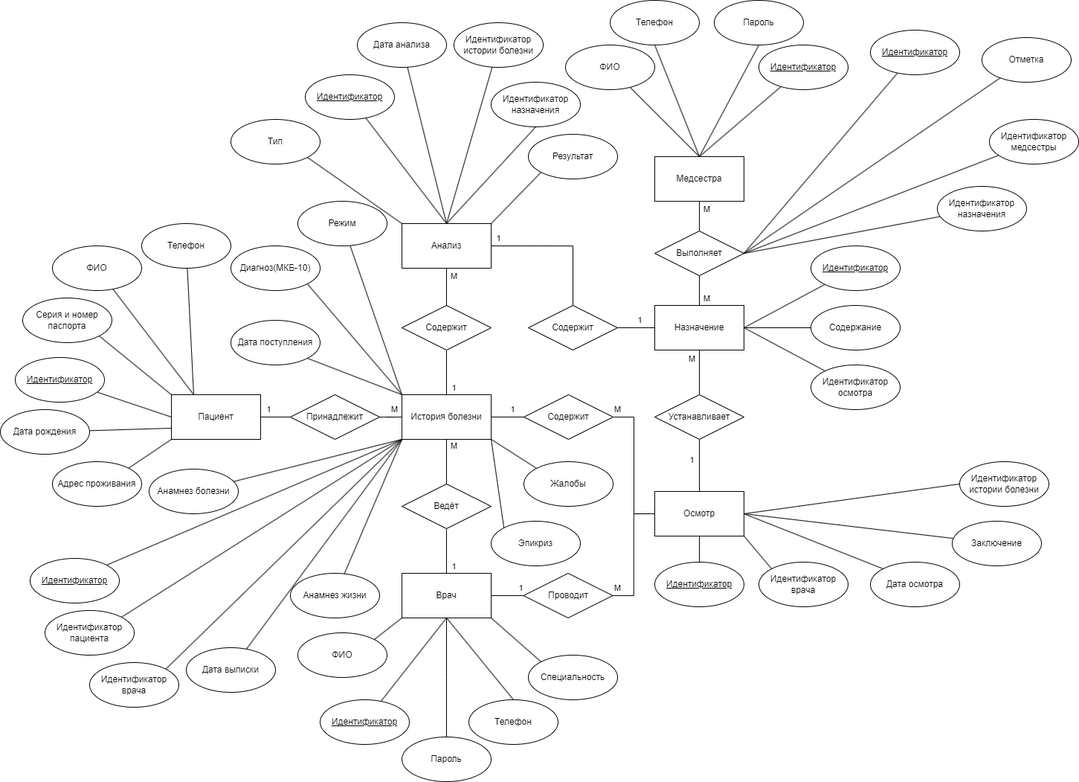
This is bd/kursovaya/ER.png from Mutabona/5Semestr, a draw.io export, as it was before one commit. Source tidied: cells renumbered, new cells last; positions are measured from the earlier drawing's top-left corner, leaving out a move shared by most shapes.
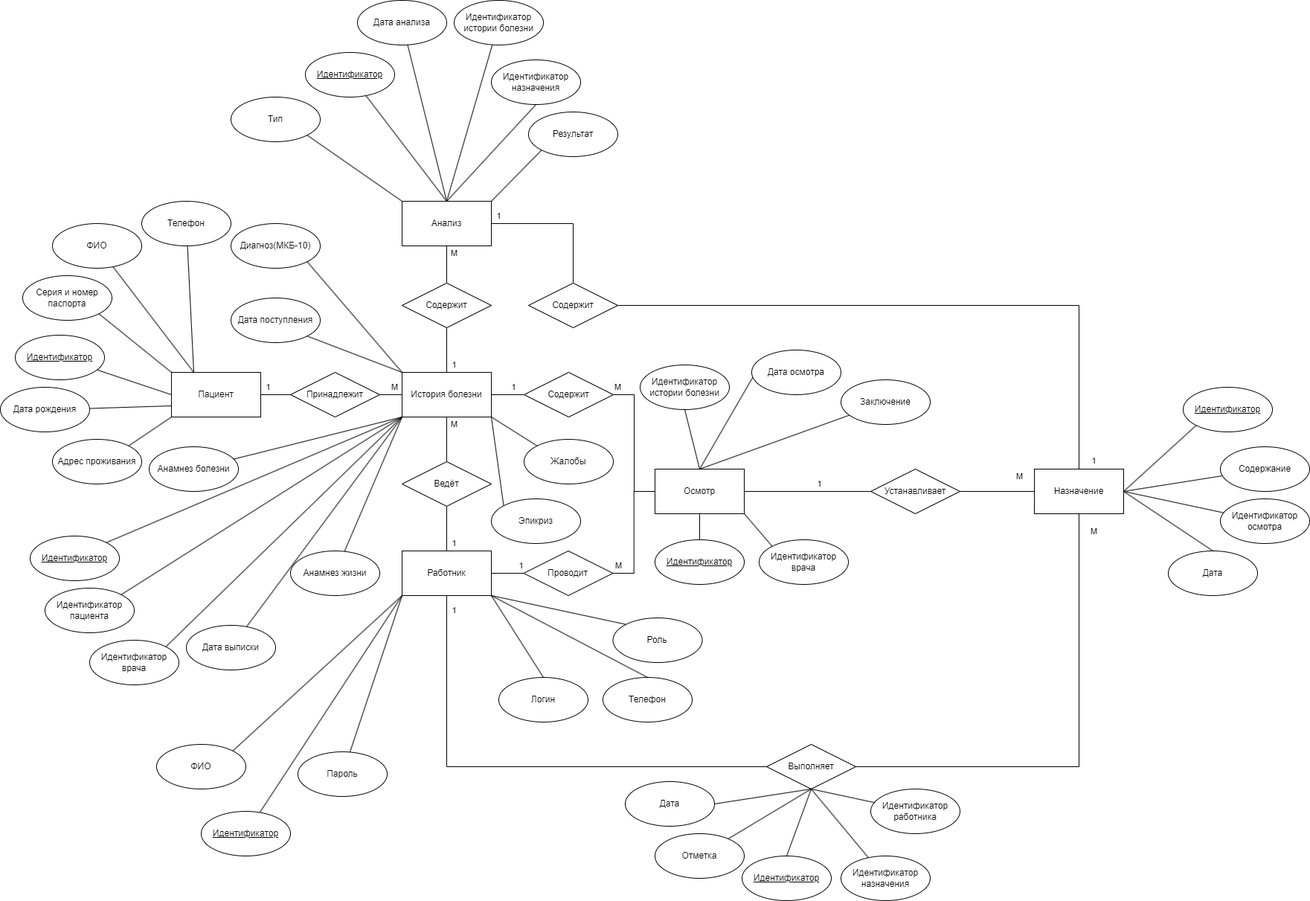
Above is the later version.

Change to the diagram source:
```diff
@@ -16,3 +16,3 @@
     </mxCell>
-    <mxCell id="6" value="1" style="edgeStyle=orthogonalEdgeStyle;rounded=0;jettySize=auto;html=1;entryX=0.5;entryY=1;entryDx=0;entryDy=0;endArrow=none;endFill=0;" parent="1" edge="1" source="7" target="28">
+    <mxCell id="6" value="1" style="edgeStyle=orthogonalEdgeStyle;rounded=0;jettySize=auto;html=1;entryX=0;entryY=0.5;entryDx=0;entryDy=0;endArrow=none;endFill=0;" parent="1" edge="1" source="7" target="28">
       <mxGeometry x="0.2" y="10" relative="1" as="geometry" />
@@ -22,7 +22,7 @@
     </mxCell>
-    <mxCell id="8" value="1" style="edgeStyle=orthogonalEdgeStyle;rounded=0;jettySize=auto;html=1;entryX=1;entryY=0.5;entryDx=0;entryDy=0;endArrow=none;endFill=0;" parent="1" edge="1" source="9" target="32">
-      <mxGeometry x="-0.2" y="-10" relative="1" as="geometry" />
-    </mxCell>
+    <mxCell id="121" style="rounded=0;jettySize=auto;html=1;exitX=1;exitY=0.5;exitDx=0;exitDy=0;entryX=0.5;entryY=0;entryDx=0;entryDy=0;endArrow=none;endFill=0;" parent="1" edge="1" source="9" target="127">
+      <mxGeometry relative="1" as="geometry" />
+    </mxCell>
     <mxCell id="9" value="Назначение" style="rounded=0;whiteSpace=wrap;html=1;" parent="1" vertex="1">
-      <mxGeometry x="880" y="410" width="120" height="60" as="geometry" />
+      <mxGeometry x="1390" y="660" width="120" height="60" as="geometry" />
     </mxCell>
@@ -34,8 +34,5 @@
     </mxCell>
-    <mxCell id="12" value="М" style="edgeStyle=orthogonalEdgeStyle;rounded=0;jettySize=auto;html=1;entryX=0.5;entryY=0;entryDx=0;entryDy=0;endArrow=none;endFill=0;" parent="1" edge="1" source="13" target="22">
-      <mxGeometry x="-0.5" y="10" relative="1" as="geometry" />
+    <mxCell id="12" value="1" style="edgeStyle=orthogonalEdgeStyle;rounded=0;jettySize=auto;html=1;entryX=0;entryY=0.5;entryDx=0;entryDy=0;endArrow=none;endFill=0;exitX=0.5;exitY=1;exitDx=0;exitDy=0;" parent="1" edge="1" source="16" target="22">
+      <mxGeometry x="-0.94" y="10" relative="1" as="geometry" />
     </mxCell>
-    <mxCell id="13" value="Медсестра" style="rounded=0;whiteSpace=wrap;html=1;" parent="1" vertex="1">
-      <mxGeometry x="880" y="210" width="120" height="60" as="geometry" />
-    </mxCell>
     <mxCell id="14" value="1" style="edgeStyle=orthogonalEdgeStyle;rounded=0;jettySize=auto;html=1;entryX=0.5;entryY=1;entryDx=0;entryDy=0;endArrow=none;endFill=0;" parent="1" edge="1" source="16" target="18">
@@ -46,3 +43,6 @@
     </mxCell>
+    <mxCell id="122" style="rounded=0;jettySize=auto;html=1;exitX=1;exitY=1;exitDx=0;exitDy=0;entryX=0.5;entryY=0;entryDx=0;entryDy=0;endArrow=none;endFill=0;" parent="1" edge="1" source="16" target="124">
+      <mxGeometry relative="1" as="geometry" />
+    </mxCell>
-    <mxCell id="16" value="Врач" style="rounded=0;whiteSpace=wrap;html=1;" parent="1" vertex="1">
+    <mxCell id="16" value="Работник" style="rounded=0;whiteSpace=wrap;html=1;" parent="1" vertex="1">
       <mxGeometry x="540" y="770" width="120" height="60" as="geometry" />
@@ -61,7 +61,10 @@
     </mxCell>
-    <mxCell id="21" value="М" style="edgeStyle=orthogonalEdgeStyle;rounded=0;jettySize=auto;html=1;entryX=0.5;entryY=0;entryDx=0;entryDy=0;endArrow=none;endFill=0;" parent="1" edge="1" source="22" target="9">
-      <mxGeometry x="0.5" y="10" relative="1" as="geometry" />
-    </mxCell>
+    <mxCell id="123" style="rounded=0;jettySize=auto;html=1;exitX=0.5;exitY=1;exitDx=0;exitDy=0;entryX=0.5;entryY=0;entryDx=0;entryDy=0;endArrow=none;endFill=0;" parent="1" edge="1" source="22" target="86">
+      <mxGeometry relative="1" as="geometry" />
+    </mxCell>
+    <mxCell id="27" value="М" style="edgeStyle=orthogonalEdgeStyle;rounded=0;jettySize=auto;html=1;entryX=0.5;entryY=1;entryDx=0;entryDy=0;endArrow=none;endFill=0;" parent="1" edge="1" source="22" target="9">
+      <mxGeometry x="0.93" y="-20" relative="1" as="geometry" />
+    </mxCell>
     <mxCell id="22" value="Выполняет" style="rhombus;whiteSpace=wrap;html=1;" parent="1" vertex="1">
-      <mxGeometry x="880" y="310" width="120" height="60" as="geometry" />
+      <mxGeometry x="1030" y="1030" width="120" height="60" as="geometry" />
     </mxCell>
@@ -79,12 +82,7 @@
     </mxCell>
-    <mxCell id="27" value="М" style="edgeStyle=orthogonalEdgeStyle;rounded=0;jettySize=auto;html=1;entryX=0.5;entryY=1;entryDx=0;entryDy=0;endArrow=none;endFill=0;" parent="1" edge="1" source="28" target="9">
-      <mxGeometry x="0.6" y="10" relative="1" as="geometry">
-        <Array as="points">
-          <mxPoint x="940" y="490" />
-          <mxPoint x="940" y="490" />
-        </Array>
-      </mxGeometry>
-    </mxCell>
+    <mxCell id="21" value="М" style="rounded=0;jettySize=auto;html=1;entryX=0;entryY=0.5;entryDx=0;entryDy=0;endArrow=none;endFill=0;" parent="1" edge="1" source="28" target="9">
+      <mxGeometry x="0.6" y="20" relative="1" as="geometry" />
+    </mxCell>
     <mxCell id="28" value="Устанавливает" style="rhombus;whiteSpace=wrap;html=1;" parent="1" vertex="1">
-      <mxGeometry x="880" y="530" width="120" height="60" as="geometry" />
+      <mxGeometry x="1170" y="660" width="120" height="60" as="geometry" />
     </mxCell>
@@ -97,3 +95,3 @@
     <mxCell id="31" value="1" style="edgeStyle=orthogonalEdgeStyle;rounded=0;jettySize=auto;html=1;entryX=1;entryY=0.5;entryDx=0;entryDy=0;endArrow=none;endFill=0;" parent="1" edge="1" source="32" target="11">
-      <mxGeometry x="0.89" y="-10" relative="1" as="geometry">
+      <mxGeometry x="0.9" y="-10" relative="1" as="geometry">
         <Array as="points">
@@ -103,2 +101,7 @@
     </mxCell>
+    <mxCell id="8" value="1" style="edgeStyle=orthogonalEdgeStyle;rounded=0;jettySize=auto;html=1;exitX=1;exitY=0.5;exitDx=0;exitDy=0;entryX=0.5;entryY=0;entryDx=0;entryDy=0;endArrow=none;endFill=0;" parent="1" edge="1" source="32" target="9">
+      <mxGeometry x="0.98" y="20" relative="1" as="geometry">
+        <mxPoint y="-1" as="offset" />
+      </mxGeometry>
+    </mxCell>
     <mxCell id="32" value="Содержит" style="rhombus;whiteSpace=wrap;html=1;" parent="1" vertex="1">
@@ -112,3 +115,3 @@
     </mxCell>
-    <mxCell id="35" style="rounded=0;jettySize=auto;html=1;entryX=0.5;entryY=1;entryDx=0;entryDy=0;endArrow=none;endFill=0;" parent="1" edge="1" source="36" target="16">
+    <mxCell id="35" style="rounded=0;jettySize=auto;html=1;entryX=0;entryY=1;entryDx=0;entryDy=0;endArrow=none;endFill=0;" parent="1" edge="1" source="36" target="16">
       <mxGeometry relative="1" as="geometry" />
@@ -116,3 +119,3 @@
     <mxCell id="36" value="&lt;u&gt;Идентификатор&lt;/u&gt;" style="ellipse;whiteSpace=wrap;html=1;" parent="1" vertex="1">
-      <mxGeometry x="430" y="940" width="120" height="60" as="geometry" />
+      <mxGeometry x="270" y="1120" width="120" height="60" as="geometry" />
     </mxCell>
@@ -124,3 +127,3 @@
     </mxCell>
-    <mxCell id="39" style="rounded=0;jettySize=auto;html=1;entryX=1;entryY=0.5;entryDx=0;entryDy=0;endArrow=none;endFill=0;" parent="1" edge="1" source="40" target="9">
+    <mxCell id="39" style="rounded=0;jettySize=auto;html=1;entryX=1;entryY=0.5;entryDx=0;entryDy=0;endArrow=none;endFill=0;exitX=0;exitY=1;exitDx=0;exitDy=0;" parent="1" edge="1" source="40" target="9">
       <mxGeometry relative="1" as="geometry" />
@@ -128,10 +131,4 @@
     <mxCell id="40" value="&lt;u&gt;Идентификатор&lt;/u&gt;" style="ellipse;whiteSpace=wrap;html=1;" parent="1" vertex="1">
-      <mxGeometry x="1090" y="330" width="120" height="60" as="geometry" />
+      <mxGeometry x="1590" y="550" width="120" height="60" as="geometry" />
     </mxCell>
-    <mxCell id="41" style="rounded=0;jettySize=auto;html=1;entryX=0.5;entryY=0;entryDx=0;entryDy=0;endArrow=none;endFill=0;" parent="1" edge="1" source="42" target="13">
-      <mxGeometry relative="1" as="geometry" />
-    </mxCell>
-    <mxCell id="42" value="&lt;u&gt;Идентификатор&lt;/u&gt;" style="ellipse;whiteSpace=wrap;html=1;" parent="1" vertex="1">
-      <mxGeometry x="1020" y="60" width="120" height="60" as="geometry" />
-    </mxCell>
     <mxCell id="43" style="rounded=0;jettySize=auto;html=1;entryX=0.5;entryY=0;entryDx=0;entryDy=0;endArrow=none;endFill=0;" parent="1" edge="1" source="44" target="11">
@@ -196,8 +193,2 @@
     </mxCell>
-    <mxCell id="61" style="rounded=0;jettySize=auto;html=1;entryX=0;entryY=0;entryDx=0;entryDy=0;endArrow=none;endFill=0;" parent="1" edge="1" source="62" target="5">
-      <mxGeometry relative="1" as="geometry" />
-    </mxCell>
-    <mxCell id="62" value="Режим" style="ellipse;whiteSpace=wrap;html=1;" parent="1" vertex="1">
-      <mxGeometry x="400" y="270" width="120" height="60" as="geometry" />
-    </mxCell>
     <mxCell id="63" style="rounded=0;jettySize=auto;html=1;exitX=0;exitY=0;exitDx=0;exitDy=0;entryX=1;entryY=1;entryDx=0;entryDy=0;endArrow=none;endFill=0;" parent="1" edge="1" source="64" target="5">
@@ -212,3 +203,3 @@
     <mxCell id="66" value="ФИО" style="ellipse;whiteSpace=wrap;html=1;" parent="1" vertex="1">
-      <mxGeometry x="400" y="850" width="120" height="60" as="geometry" />
+      <mxGeometry x="210" y="1030" width="120" height="60" as="geometry" />
     </mxCell>
@@ -217,6 +208,6 @@
     </mxCell>
-    <mxCell id="68" value="Специальность" style="ellipse;whiteSpace=wrap;html=1;" parent="1" vertex="1">
-      <mxGeometry x="710" y="880" width="120" height="60" as="geometry" />
+    <mxCell id="68" value="Роль" style="ellipse;whiteSpace=wrap;html=1;" parent="1" vertex="1">
+      <mxGeometry x="823.5" y="860" width="120" height="60" as="geometry" />
     </mxCell>
-    <mxCell id="69" style="rounded=0;jettySize=auto;html=1;exitX=0.5;exitY=0;exitDx=0;exitDy=0;entryX=0.5;entryY=1;entryDx=0;entryDy=0;endArrow=none;endFill=0;" parent="1" edge="1" source="70" target="16">
+    <mxCell id="69" style="rounded=0;jettySize=auto;html=1;exitX=0.5;exitY=0;exitDx=0;exitDy=0;entryX=1;entryY=1;entryDx=0;entryDy=0;endArrow=none;endFill=0;" parent="1" edge="1" source="70" target="16">
       <mxGeometry relative="1" as="geometry" />
@@ -224,3 +215,3 @@
     <mxCell id="70" value="Телефон" style="ellipse;whiteSpace=wrap;html=1;" parent="1" vertex="1">
-      <mxGeometry x="630" y="940" width="120" height="60" as="geometry" />
+      <mxGeometry x="810" y="940" width="120" height="60" as="geometry" />
     </mxCell>
@@ -236,3 +227,3 @@
     <mxCell id="74" value="Содержание" style="ellipse;whiteSpace=wrap;html=1;" parent="1" vertex="1">
-      <mxGeometry x="1090" y="410" width="120" height="60" as="geometry" />
+      <mxGeometry x="1640" y="630" width="120" height="60" as="geometry" />
     </mxCell>
@@ -242,3 +233,3 @@
     <mxCell id="76" value="Идентификатор осмотра" style="ellipse;whiteSpace=wrap;html=1;" parent="1" vertex="1">
-      <mxGeometry x="1090" y="490" width="120" height="60" as="geometry" />
+      <mxGeometry x="1640" y="700" width="120" height="60" as="geometry" />
     </mxCell>
@@ -262,15 +253,6 @@
     </mxCell>
-    <mxCell id="83" style="rounded=0;jettySize=auto;html=1;entryX=0.5;entryY=0;entryDx=0;entryDy=0;endArrow=none;endFill=0;" parent="1" edge="1" source="84" target="13">
-      <mxGeometry relative="1" as="geometry" />
-    </mxCell>
-    <mxCell id="84" value="ФИО" style="ellipse;whiteSpace=wrap;html=1;" parent="1" vertex="1">
-      <mxGeometry x="760" y="60" width="120" height="60" as="geometry" />
-    </mxCell>
-    <mxCell id="85" style="rounded=0;jettySize=auto;html=1;entryX=1;entryY=0.5;entryDx=0;entryDy=0;endArrow=none;endFill=0;" parent="1" edge="1" source="86" target="22">
-      <mxGeometry relative="1" as="geometry" />
-    </mxCell>
     <mxCell id="86" value="&lt;u&gt;Идентификатор&lt;/u&gt;" style="ellipse;whiteSpace=wrap;html=1;" parent="1" vertex="1">
-      <mxGeometry x="1170" y="40" width="120" height="60" as="geometry" />
+      <mxGeometry x="997" y="1180" width="120" height="60" as="geometry" />
     </mxCell>
-    <mxCell id="87" style="rounded=0;jettySize=auto;html=1;entryX=1;entryY=0.5;entryDx=0;entryDy=0;endArrow=none;endFill=0;" parent="1" edge="1" source="88" target="22">
+    <mxCell id="87" style="rounded=0;jettySize=auto;html=1;entryX=0.5;entryY=1;entryDx=0;entryDy=0;endArrow=none;endFill=0;" parent="1" edge="1" source="88" target="22">
       <mxGeometry relative="1" as="geometry" />
@@ -278,5 +260,5 @@
     <mxCell id="88" value="Отметка" style="ellipse;whiteSpace=wrap;html=1;" parent="1" vertex="1">
-      <mxGeometry x="1320" y="50" width="120" height="60" as="geometry" />
+      <mxGeometry x="880" y="1150" width="120" height="60" as="geometry" />
     </mxCell>
-    <mxCell id="89" style="rounded=0;jettySize=auto;html=1;endArrow=none;endFill=0;entryX=1;entryY=0.5;entryDx=0;entryDy=0;" parent="1" edge="1" source="90" target="22">
+    <mxCell id="89" style="rounded=0;jettySize=auto;html=1;endArrow=none;endFill=0;entryX=0.5;entryY=1;entryDx=0;entryDy=0;" parent="1" edge="1" source="90" target="22">
       <mxGeometry relative="1" as="geometry" />
@@ -284,3 +266,3 @@
     <mxCell id="90" value="Идентификатор&lt;br&gt;назначения" style="ellipse;whiteSpace=wrap;html=1;" parent="1" vertex="1">
-      <mxGeometry x="1260" y="250" width="120" height="60" as="geometry" />
+      <mxGeometry x="1130" y="1180" width="120" height="60" as="geometry" />
     </mxCell>
@@ -292,3 +274,3 @@
     </mxCell>
-    <mxCell id="93" style="rounded=0;jettySize=auto;html=1;exitX=0;exitY=0;exitDx=0;exitDy=0;entryX=1;entryY=0.5;entryDx=0;entryDy=0;endArrow=none;endFill=0;" parent="1" edge="1" source="94" target="7">
+    <mxCell id="93" style="rounded=0;jettySize=auto;html=1;exitX=0;exitY=0;exitDx=0;exitDy=0;entryX=0.5;entryY=0;entryDx=0;entryDy=0;endArrow=none;endFill=0;" parent="1" edge="1" source="94" target="7">
       <mxGeometry relative="1" as="geometry" />
@@ -296,3 +278,3 @@
     <mxCell id="94" value="Дата осмотра" style="ellipse;whiteSpace=wrap;html=1;" parent="1" vertex="1">
-      <mxGeometry x="1170" y="755" width="120" height="60" as="geometry" />
+      <mxGeometry x="1010" y="500" width="120" height="60" as="geometry" />
     </mxCell>
@@ -304,11 +286,3 @@
     </mxCell>
-    <mxCell id="97" style="rounded=0;jettySize=auto;html=1;exitX=0.5;exitY=1;exitDx=0;exitDy=0;endArrow=none;endFill=0;" parent="1" edge="1" source="98">
-      <mxGeometry relative="1" as="geometry">
-        <mxPoint x="940" y="210" as="targetPoint" />
-      </mxGeometry>
-    </mxCell>
-    <mxCell id="98" value="Телефон" style="ellipse;whiteSpace=wrap;html=1;" parent="1" vertex="1">
-      <mxGeometry x="820" width="120" height="60" as="geometry" />
-    </mxCell>
-    <mxCell id="99" style="rounded=0;jettySize=auto;html=1;entryX=1;entryY=0.5;entryDx=0;entryDy=0;endArrow=none;endFill=0;" parent="1" edge="1" source="100" target="7">
+    <mxCell id="99" style="rounded=0;jettySize=auto;html=1;entryX=0.5;entryY=0;entryDx=0;entryDy=0;endArrow=none;endFill=0;" parent="1" edge="1" source="100" target="7">
       <mxGeometry relative="1" as="geometry" />
@@ -316,3 +290,3 @@
     <mxCell id="100" value="Заключение" style="ellipse;whiteSpace=wrap;html=1;" parent="1" vertex="1">
-      <mxGeometry x="1280" y="700" width="120" height="60" as="geometry" />
+      <mxGeometry x="1130" y="540" width="120" height="60" as="geometry" />
     </mxCell>
@@ -330,3 +304,3 @@
     </mxCell>
-    <mxCell id="105" style="rounded=0;jettySize=auto;html=1;exitX=0;exitY=0.5;exitDx=0;exitDy=0;entryX=1;entryY=0.5;entryDx=0;entryDy=0;endArrow=none;endFill=0;" parent="1" edge="1" source="106" target="7">
+    <mxCell id="105" style="rounded=0;jettySize=auto;html=1;exitX=0.5;exitY=1;exitDx=0;exitDy=0;entryX=0.5;entryY=0;entryDx=0;entryDy=0;endArrow=none;endFill=0;" parent="1" edge="1" source="106" target="7">
       <mxGeometry relative="1" as="geometry" />
@@ -334,9 +308,9 @@
     <mxCell id="106" value="Идентификатор истории болезни" style="ellipse;whiteSpace=wrap;html=1;" parent="1" vertex="1">
-      <mxGeometry x="1290" y="620" width="120" height="60" as="geometry" />
+      <mxGeometry x="860" y="520" width="120" height="60" as="geometry" />
     </mxCell>
-    <mxCell id="107" style="rounded=0;jettySize=auto;html=1;entryX=1;entryY=0.5;entryDx=0;entryDy=0;endArrow=none;endFill=0;" parent="1" edge="1" source="108" target="22">
+    <mxCell id="107" style="rounded=0;jettySize=auto;html=1;entryX=0.5;entryY=1;entryDx=0;entryDy=0;endArrow=none;endFill=0;" parent="1" edge="1" source="108" target="22">
       <mxGeometry relative="1" as="geometry" />
     </mxCell>
-    <mxCell id="108" value="Идентификатор медсестры" style="ellipse;whiteSpace=wrap;html=1;" parent="1" vertex="1">
-      <mxGeometry x="1330" y="160" width="120" height="60" as="geometry" />
+    <mxCell id="108" value="Идентификатор работника" style="ellipse;whiteSpace=wrap;html=1;" parent="1" vertex="1">
+      <mxGeometry x="1170" y="1090" width="120" height="60" as="geometry" />
     </mxCell>
@@ -364,18 +338,8 @@
     </mxCell>
-    <mxCell id="115" style="edgeStyle=orthogonalEdgeStyle;rounded=0;jettySize=auto;html=1;endArrow=none;endFill=0;" parent="1" edge="1" source="116">
-      <mxGeometry relative="1" as="geometry">
-        <mxPoint x="600" y="830" as="targetPoint" />
-      </mxGeometry>
+    <mxCell id="115" style="rounded=0;jettySize=auto;html=1;endArrow=none;endFill=0;entryX=0;entryY=1;entryDx=0;entryDy=0;" parent="1" edge="1" source="116" target="16">
+      <mxGeometry relative="1" as="geometry" />
     </mxCell>
     <mxCell id="116" value="Пароль" style="ellipse;whiteSpace=wrap;html=1;" parent="1" vertex="1">
-      <mxGeometry x="540" y="990" width="120" height="60" as="geometry" />
+      <mxGeometry x="400" y="1040" width="120" height="60" as="geometry" />
     </mxCell>
-    <mxCell id="117" style="rounded=0;jettySize=auto;html=1;exitX=0.5;exitY=1;exitDx=0;exitDy=0;endArrow=none;endFill=0;" parent="1" edge="1" source="118">
-      <mxGeometry relative="1" as="geometry">
-        <mxPoint x="940" y="210" as="targetPoint" />
-      </mxGeometry>
-    </mxCell>
-    <mxCell id="118" value="Пароль" style="ellipse;whiteSpace=wrap;html=1;" parent="1" vertex="1">
-      <mxGeometry x="960" width="120" height="60" as="geometry" />
-    </mxCell>
     <mxCell id="119" style="rounded=0;jettySize=auto;html=1;entryX=0;entryY=0.75;entryDx=0;entryDy=0;endArrow=none;endFill=0;" parent="1" edge="1" source="120" target="3">
@@ -386,2 +350,14 @@
     </mxCell>
+    <mxCell id="124" value="Логин" style="ellipse;whiteSpace=wrap;html=1;" parent="1" vertex="1">
+      <mxGeometry x="670" y="940" width="120" height="60" as="geometry" />
+    </mxCell>
+    <mxCell id="125" style="rounded=0;jettySize=auto;html=1;exitX=1;exitY=0.5;exitDx=0;exitDy=0;entryX=0.5;entryY=1;entryDx=0;entryDy=0;endArrow=none;endFill=0;" parent="1" edge="1" source="126" target="22">
+      <mxGeometry relative="1" as="geometry" />
+    </mxCell>
+    <mxCell id="126" value="Дата" style="ellipse;whiteSpace=wrap;html=1;" parent="1" vertex="1">
+      <mxGeometry x="840" y="1080" width="120" height="60" as="geometry" />
+    </mxCell>
+    <mxCell id="127" value="Дата" style="ellipse;whiteSpace=wrap;html=1;" parent="1" vertex="1">
+      <mxGeometry x="1570" y="770" width="120" height="60" as="geometry" />
+    </mxCell>
   </root>
```
